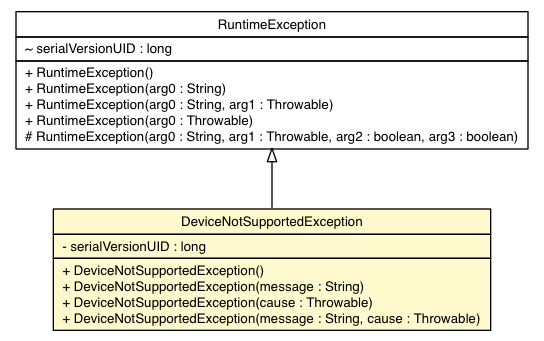
Before: docs/api/ev3dev/hardware/DeviceNotSupportedException.png, a diagram exported from Graphviz (ev3dev-lang-java/ev3dev-lang-java). Its source is kept beside it as docs/api/ev3dev/hardware/DeviceNotSupportedException.dot.
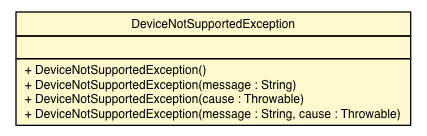
After the commit.

Change to the diagram source:
```diff
@@ -4,12 +4,12 @@
 	node [fontname="Helvetica",fontsize=10,shape=plaintext];
 	nodesep=0.25;
 	ranksep=0.5;
-	c2306 [label=<<table title="ev3dev.hardware.DeviceNotSupportedException" border="0" cellborder="1" cellspacing="0" cellpadding="2" port="p" bgcolor="lemonChiffon" href="./DeviceNotSupportedException.html">
+	c2311 [label=<<table title="ev3dev.hardware.DeviceNotSupportedException" border="0" cellborder="1" cellspacing="0" cellpadding="2" port="p" bgcolor="lemonChiffon" href="./DeviceNotSupportedException.html">
 		<tr><td><table border="0" cellspacing="0" cellpadding="1">
 <tr><td align="center" balign="center"> DeviceNotSupportedException </td></tr>
 		</table></td></tr>
 		<tr><td><table border="0" cellspacing="0" cellpadding="1">
-<tr><td align="left" balign="left"> - serialVersionUID : long </td></tr>
+<tr><td align="left" balign="left">  </td></tr>
 		</table></td></tr>
 		<tr><td><table border="0" cellspacing="0" cellpadding="1">
 <tr><td align="left" balign="left"> + DeviceNotSupportedException() </td></tr>
@@ -17,21 +17,5 @@
 <tr><td align="left" balign="left"> + DeviceNotSupportedException(cause : Throwable) </td></tr>
 <tr><td align="left" balign="left"> + DeviceNotSupportedException(message : String, cause : Throwable) </td></tr>
 		</table></td></tr>
-		</table>>, URL="./DeviceNotSupportedException.html", fontname="Helvetica", fontcolor="black", fontsize=10.0];
-	c2386:p -> c2306:p [dir=back,arrowtail=empty];
-	c2386 [label=<<table title="java.lang.RuntimeException" border="0" cellborder="1" cellspacing="0" cellpadding="2" port="p" href="http://java.sun.com/j2se/1.4.2/docs/api/java/lang/RuntimeException.html">
-		<tr><td><table border="0" cellspacing="0" cellpadding="1">
-<tr><td align="center" balign="center"> RuntimeException </td></tr>
-		</table></td></tr>
-		<tr><td><table border="0" cellspacing="0" cellpadding="1">
-<tr><td align="left" balign="left"> ~ serialVersionUID : long </td></tr>
-		</table></td></tr>
-		<tr><td><table border="0" cellspacing="0" cellpadding="1">
-<tr><td align="left" balign="left"> + RuntimeException() </td></tr>
-<tr><td align="left" balign="left"> + RuntimeException(arg0 : String) </td></tr>
-<tr><td align="left" balign="left"> + RuntimeException(arg0 : String, arg1 : Throwable) </td></tr>
-<tr><td align="left" balign="left"> + RuntimeException(arg0 : Throwable) </td></tr>
-<tr><td align="left" balign="left"> # RuntimeException(arg0 : String, arg1 : Throwable, arg2 : boolean, arg3 : boolean) </td></tr>
-		</table></td></tr>
-		</table>>, URL="http://java.sun.com/j2se/1.4.2/docs/api/java/lang/RuntimeException.html", fontname="Helvetica", fontcolor="black", fontsize=10.0];
+		</table>>, URL="./DeviceNotSupportedException.html", fontname="Helvetica", fontcolor="black", fontsize=9.0];
 }
```
